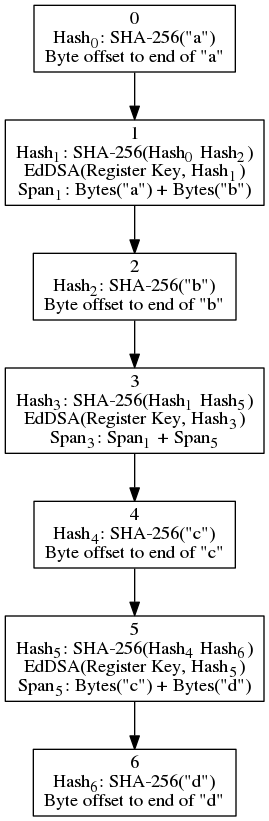
Before: diagrams/sleep-4.png, a diagram exported from Graphviz (kemitchell/docs). Its source is kept beside it as diagrams/sleep-4.dot.
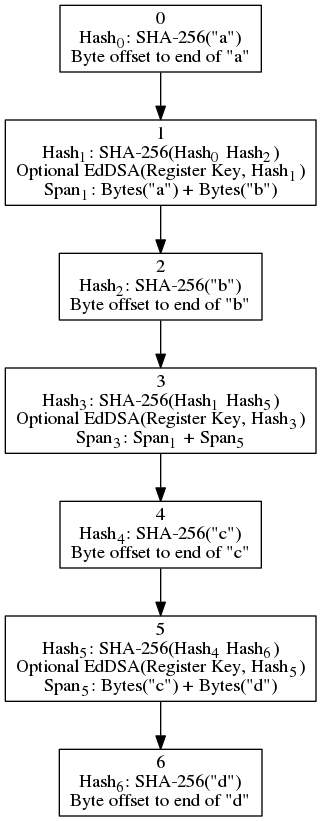
The same file after the commit.

Commit message:
SEED: Not that signatures are optional in diagrams

Diff of the diagram source:
```diff
@@ -1,9 +1,9 @@
 digraph {
   node[shape=rectangle];
   /* Branch Nodes */
-  3[label=<3<BR/>Hash<SUB>3</SUB>: SHA-256(Hash<SUB>1</SUB> Hash<SUB>5</SUB>)<BR/>EdDSA(Register Key, Hash<SUB>3</SUB>)<BR/>Span<SUB>3</SUB>: Span<SUB>1</SUB> + Span<SUB>5</SUB>>];
-  1[label=<1<BR/>Hash<SUB>1</SUB>: SHA-256(Hash<SUB>0</SUB> Hash<SUB>2</SUB>)<BR/>EdDSA(Register Key, Hash<SUB>1</SUB>)<BR/>Span<SUB>1</SUB>: Bytes("a") + Bytes("b")>];
-  5[label=<5<BR/>Hash<SUB>5</SUB>: SHA-256(Hash<SUB>4</SUB> Hash<SUB>6</SUB>)<BR/>EdDSA(Register Key, Hash<SUB>5</SUB>)<BR/>Span<SUB>5</SUB>: Bytes("c") + Bytes("d")>];
+  3[label=<3<BR/>Hash<SUB>3</SUB>: SHA-256(Hash<SUB>1</SUB> Hash<SUB>5</SUB>)<BR/>Optional EdDSA(Register Key, Hash<SUB>3</SUB>)<BR/>Span<SUB>3</SUB>: Span<SUB>1</SUB> + Span<SUB>5</SUB>>];
+  1[label=<1<BR/>Hash<SUB>1</SUB>: SHA-256(Hash<SUB>0</SUB> Hash<SUB>2</SUB>)<BR/>Optional EdDSA(Register Key, Hash<SUB>1</SUB>)<BR/>Span<SUB>1</SUB>: Bytes("a") + Bytes("b")>];
+  5[label=<5<BR/>Hash<SUB>5</SUB>: SHA-256(Hash<SUB>4</SUB> Hash<SUB>6</SUB>)<BR/>Optional EdDSA(Register Key, Hash<SUB>5</SUB>)<BR/>Span<SUB>5</SUB>: Bytes("c") + Bytes("d")>];
 
   /* Leaf Nodes */
   0[label=<0<BR/>Hash<SUB>0</SUB>: SHA-256("a")<BR/>Byte offset to end of "a">];
```
